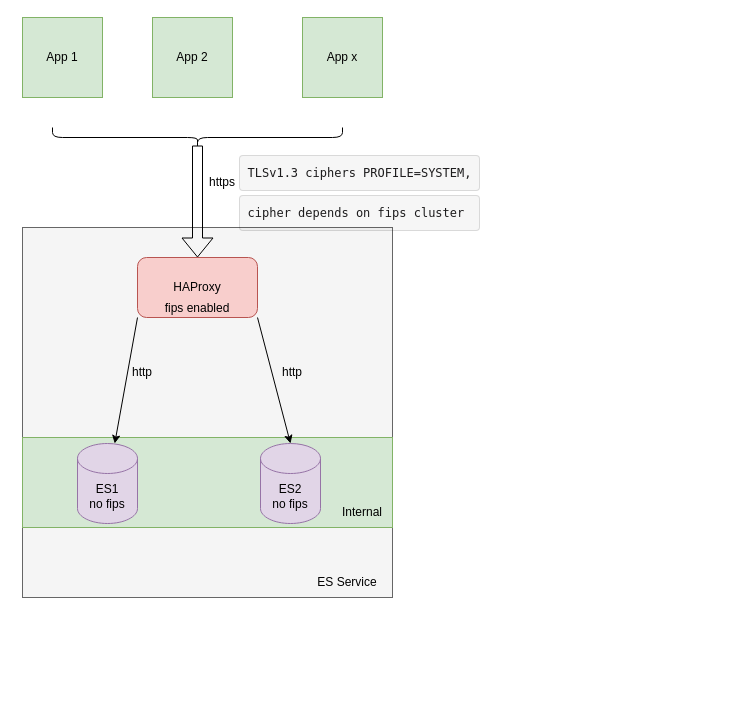
ganisback/draw.io keeps this draw.io diagram as assets/ES_HA.drawio. Above is the earlier version. Source tidied: cells renumbered, new cells numbered last; positions are measured from the earlier drawing's top-left corner, leaving out a move shared by most shapes. Both pictures are drawn from the tidied source at 100%, with x=0, y=0 at pixel (22, -8).
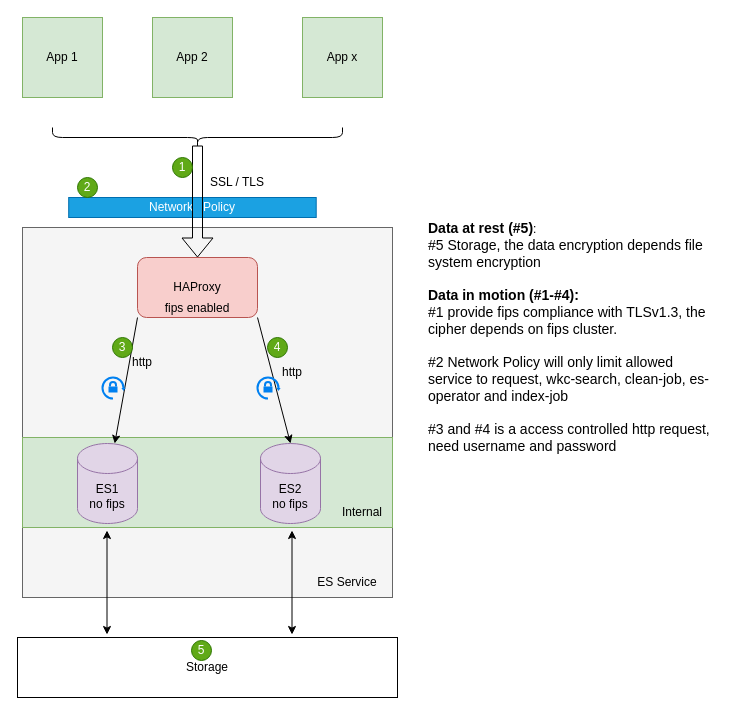
The same page after the edit.

What changed in the source:
```diff
@@
+    <mxCell id="21" value="Network&amp;nbsp; &amp;nbsp;Policy" style="rounded=0;whiteSpace=wrap;html=1;fillColor=#1ba1e2;fontColor=#ffffff;strokeColor=#006EAF;" parent="1" vertex="1">
+      <mxGeometry x="46.2" y="205" width="247.5" height="20" as="geometry" />
+    </mxCell>
@@
     <mxCell id="16" value="http" style="text;html=1;strokeColor=none;fillColor=none;align=center;verticalAlign=middle;whiteSpace=wrap;rounded=0;" parent="1" vertex="1">
-      <mxGeometry x="90" y="365" width="60" height="30" as="geometry" />
+      <mxGeometry x="90" y="355" width="60" height="30" as="geometry" />
     </mxCell>
-    <mxCell id="17" value="https" style="text;html=1;strokeColor=none;fillColor=none;align=center;verticalAlign=middle;whiteSpace=wrap;rounded=0;" parent="1" vertex="1">
-      <mxGeometry x="170" y="175" width="60" height="30" as="geometry" />
+    <mxCell id="17" value="SSL / TLS" style="text;html=1;strokeColor=none;fillColor=none;align=center;verticalAlign=middle;whiteSpace=wrap;rounded=0;" parent="1" vertex="1">
+      <mxGeometry x="185" y="175" width="60" height="30" as="geometry" />
     </mxCell>
@@
-    <mxCell id="19" value="&lt;pre style=&quot;box-sizing: inherit; margin-top: 4px; margin-bottom: 4px; padding: 8px; --saf-0:rgba(var(--sk_foreground_low,29,28,29),0.13); overflow-wrap: break-word; font-variant-ligatures: none; line-height: 1.50001; tab-size: 4; word-break: normal; background: rgba(var(--sk_foreground_min,29,28,29),0.04); border: 1px solid var(--saf-0); border-radius: 4px; counter-reset: list-0 0 list-1 0 list-2 0 list-3 0 list-4 0 list-5 0 list-6 0 list-7 0 list-8 0 list-9 0; color: rgb(29, 28, 29); text-align: left; font-family: Monaco, Menlo, Consolas, &amp;quot;Courier New&amp;quot;, monospace !important;&quot; class=&quot;c-mrkdwn__pre&quot;&gt;TLSv1.3 ciphers PROFILE=SYSTEM,&lt;/pre&gt;&lt;pre style=&quot;box-sizing: inherit; margin-top: 4px; margin-bottom: 4px; padding: 8px; --saf-0:rgba(var(--sk_foreground_low,29,28,29),0.13); overflow-wrap: break-word; font-variant-ligatures: none; line-height: 1.50001; tab-size: 4; word-break: normal; background: rgba(var(--sk_foreground_min,29,28,29),0.04); border: 1px solid var(--saf-0); border-radius: 4px; counter-reset: list-0 0 list-1 0 list-2 0 list-3 0 list-4 0 list-5 0 list-6 0 list-7 0 list-8 0 list-9 0; color: rgb(29, 28, 29); text-align: left; font-family: Monaco, Menlo, Consolas, &amp;quot;Courier New&amp;quot;, monospace !important;&quot; class=&quot;c-mrkdwn__pre&quot;&gt;&lt;span style=&quot;&quot;&gt;cipher&amp;nbsp;&lt;/span&gt;depends on fips cluster&lt;/pre&gt;" style="text;html=1;strokeColor=none;fillColor=none;align=center;verticalAlign=middle;whiteSpace=wrap;rounded=0;" parent="1" vertex="1">
-      <mxGeometry x="200" y="185" width="275" height="30" as="geometry" />
-    </mxCell>
@@
+    <mxCell id="22" value="2" style="ellipse;whiteSpace=wrap;html=1;fillColor=#60a917;fontColor=#ffffff;strokeColor=#2D7600;" parent="1" vertex="1">
+      <mxGeometry x="55" y="185" width="20" height="20" as="geometry" />
+    </mxCell>
+    <mxCell id="23" value="1" style="ellipse;whiteSpace=wrap;html=1;fillColor=#60a917;fontColor=#ffffff;strokeColor=#2D7600;" parent="1" vertex="1">
+      <mxGeometry x="150" y="165" width="20" height="20" as="geometry" />
+    </mxCell>
+    <mxCell id="24" value="3" style="ellipse;whiteSpace=wrap;html=1;fillColor=#60a917;fontColor=#ffffff;strokeColor=#2D7600;" parent="1" vertex="1">
+      <mxGeometry x="90" y="345" width="20" height="20" as="geometry" />
+    </mxCell>
+    <mxCell id="25" value="4" style="ellipse;whiteSpace=wrap;html=1;fillColor=#60a917;fontColor=#ffffff;strokeColor=#2D7600;" parent="1" vertex="1">
+      <mxGeometry x="245" y="345" width="20" height="20" as="geometry" />
+    </mxCell>
+    <mxCell id="26" style="html=1;verticalLabelPosition=bottom;strokeWidth=2;strokeColor=#0080F0;fillColor=strokeColor;shadow=0;dashed=0;shape=mxgraph.ios7.icons.orientation_lock;" parent="1" vertex="1">
+      <mxGeometry x="80" y="385" width="23.1" height="21" as="geometry" />
+    </mxCell>
+    <mxCell id="27" style="html=1;verticalLabelPosition=bottom;strokeWidth=2;strokeColor=#0080F0;fillColor=strokeColor;shadow=0;dashed=0;shape=mxgraph.ios7.icons.orientation_lock;" parent="1" vertex="1">
+      <mxGeometry x="235" y="385" width="23.1" height="21" as="geometry" />
+    </mxCell>
+    <mxCell id="28" value="Storage" style="rounded=0;whiteSpace=wrap;html=1;" parent="1" vertex="1">
+      <mxGeometry x="-5" y="645" width="380" height="60" as="geometry" />
+    </mxCell>
+    <mxCell id="29" style="endArrow=classic;startArrow=classic;html=1;rounded=0;" parent="1" edge="1">
+      <mxGeometry relative="1" as="geometry">
+        <mxPoint x="84.5" y="642" as="sourcePoint" />
+        <mxPoint x="84.5" y="538" as="targetPoint" />
+      </mxGeometry>
+    </mxCell>
+    <mxCell id="30" style="endArrow=classic;startArrow=classic;html=1;rounded=0;" parent="1" edge="1">
+      <mxGeometry relative="1" as="geometry">
+        <mxPoint x="269.5" y="642" as="sourcePoint" />
+        <mxPoint x="269.5" y="538" as="targetPoint" />
+      </mxGeometry>
+    </mxCell>
+    <mxCell id="31" value="5" style="ellipse;whiteSpace=wrap;html=1;fillColor=#60a917;fontColor=#ffffff;strokeColor=#2D7600;" parent="1" vertex="1">
+      <mxGeometry x="169" y="648" width="20" height="20" as="geometry" />
+    </mxCell>
+    <mxCell id="32" value="&lt;div style=&quot;text-align: left;&quot;&gt;&lt;span style=&quot;background-color: initial;&quot;&gt;&lt;b&gt;&lt;font style=&quot;font-size: 14px;&quot;&gt;Data at rest (#5)&lt;/font&gt;&lt;/b&gt;: &lt;br&gt;&lt;font style=&quot;font-size: 14px;&quot;&gt;#5 Storage, the data encryption depends file system encryption&lt;br&gt;&lt;br&gt;&lt;b&gt;Data in motion (#1-#4): &lt;br&gt;&lt;/b&gt;#1&amp;nbsp;provide fips compliance with TLSv1.3, the cipher depends on fips cluster.&lt;br&gt;&lt;br&gt;#2 Network Policy will only limit allowed service to request, wkc-search, clean-job, es-operator and index-job&lt;br&gt;&lt;br&gt;#3 and #4 is a access controlled http request, need username and password&lt;/font&gt;&lt;/span&gt;&lt;/div&gt;" style="text;html=1;strokeColor=none;fillColor=none;align=center;verticalAlign=middle;whiteSpace=wrap;rounded=0;" parent="1" vertex="1">
+      <mxGeometry x="405" y="225" width="290" height="240" as="geometry" />
+    </mxCell>
```
